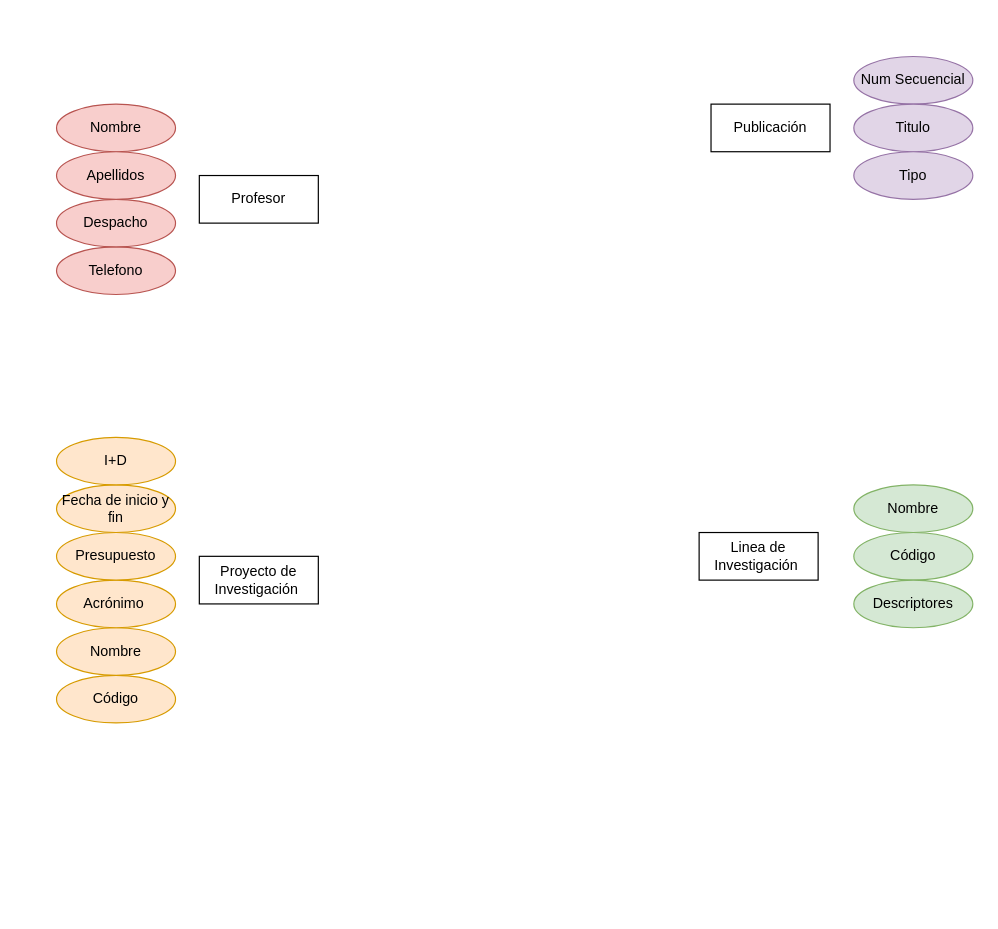
Earlier version of the draw.io diagram P_Investigacion.drawio (SebassX69/DiagramasDB). Source tidied: cells renumbered, new cells numbered last; positions are measured from the earlier drawing's top-left corner, leaving out a move shared by most shapes. Both pictures are drawn from the tidied source at 119%, with x=0, y=0 at pixel (56, 56).
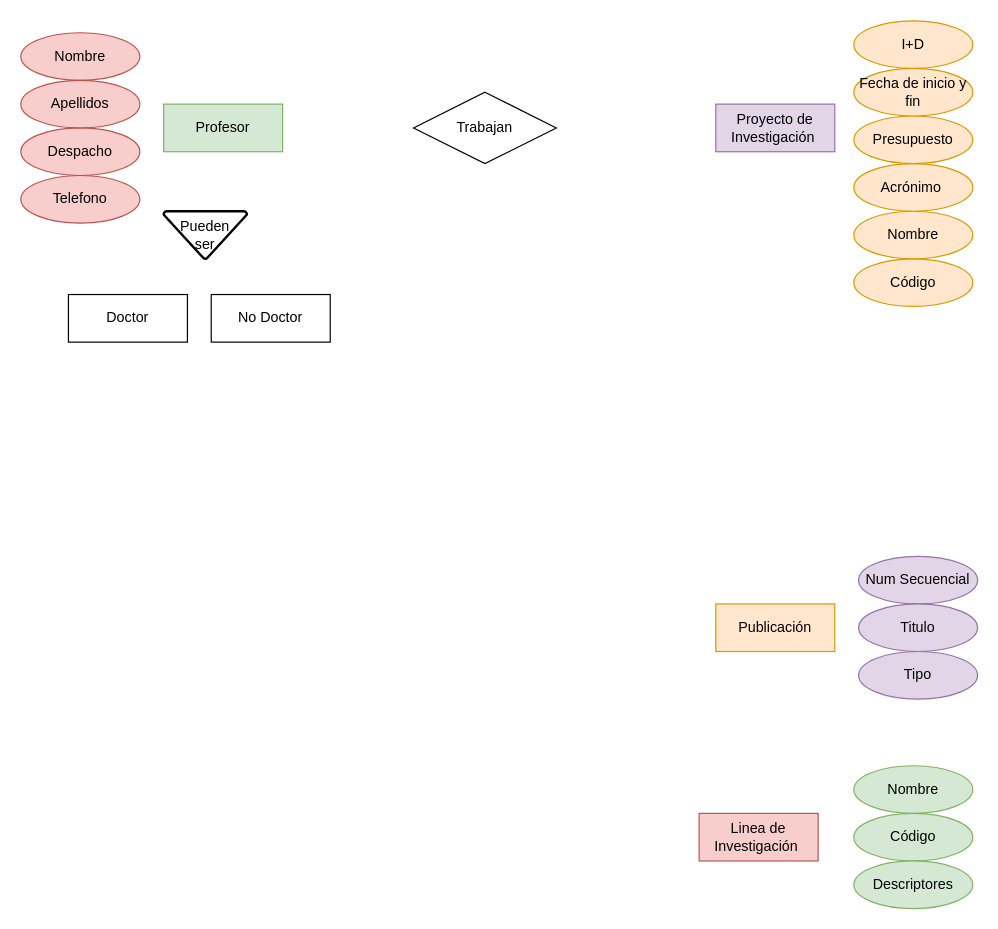
Above is the later version.

What changed in the source:
```diff
@@
-    <mxCell id="2" value="Profesor" style="whiteSpace=wrap;html=1;align=center;" parent="1" vertex="1">
-      <mxGeometry x="120" y="100" width="100" height="40" as="geometry" />
+    <mxCell id="2" value="Profesor" style="whiteSpace=wrap;html=1;align=center;fillColor=#d5e8d4;strokeColor=#82b366;" parent="1" vertex="1">
+      <mxGeometry x="90" y="40" width="100" height="40" as="geometry" />
     </mxCell>
-    <mxCell id="3" value="Proyecto de Investigación&amp;nbsp;" style="whiteSpace=wrap;html=1;align=center;" parent="1" vertex="1">
-      <mxGeometry x="120" y="420" width="100" height="40" as="geometry" />
+    <mxCell id="3" value="Proyecto de Investigación&amp;nbsp;" style="whiteSpace=wrap;html=1;align=center;fillColor=#e1d5e7;strokeColor=#9673a6;" parent="1" vertex="1">
+      <mxGeometry x="554" y="40" width="100" height="40" as="geometry" />
     </mxCell>
-    <mxCell id="4" value="Publicación" style="whiteSpace=wrap;html=1;align=center;" parent="1" vertex="1">
-      <mxGeometry x="550" y="40" width="100" height="40" as="geometry" />
+    <mxCell id="4" value="Publicación" style="whiteSpace=wrap;html=1;align=center;fillColor=#ffe6cc;strokeColor=#d79b00;" parent="1" vertex="1">
+      <mxGeometry x="554" y="460" width="100" height="40" as="geometry" />
     </mxCell>
-    <mxCell id="5" value="Linea de Investigación&amp;nbsp;" style="whiteSpace=wrap;html=1;align=center;" parent="1" vertex="1">
-      <mxGeometry x="540" y="400" width="100" height="40" as="geometry" />
+    <mxCell id="5" value="Linea de Investigación&amp;nbsp;" style="whiteSpace=wrap;html=1;align=center;fillColor=#f8cecc;strokeColor=#b85450;" parent="1" vertex="1">
+      <mxGeometry x="540" y="636" width="100" height="40" as="geometry" />
     </mxCell>
     <mxCell id="6" value="Nombre" style="ellipse;whiteSpace=wrap;html=1;align=center;fillColor=#f8cecc;strokeColor=#b85450;" parent="1" vertex="1">
-      <mxGeometry y="40" width="100" height="40" as="geometry" />
+      <mxGeometry x="-30" y="-20" width="100" height="40" as="geometry" />
     </mxCell>
     <mxCell id="7" value="Telefono" style="ellipse;whiteSpace=wrap;html=1;align=center;fillColor=#f8cecc;strokeColor=#b85450;" parent="1" vertex="1">
-      <mxGeometry y="160" width="100" height="40" as="geometry" />
+      <mxGeometry x="-30" y="100" width="100" height="40" as="geometry" />
     </mxCell>
     <mxCell id="8" value="Despacho" style="ellipse;whiteSpace=wrap;html=1;align=center;fillColor=#f8cecc;strokeColor=#b85450;" parent="1" vertex="1">
-      <mxGeometry y="120" width="100" height="40" as="geometry" />
+      <mxGeometry x="-30" y="60" width="100" height="40" as="geometry" />
     </mxCell>
     <mxCell id="9" value="Apellidos" style="ellipse;whiteSpace=wrap;html=1;align=center;fillColor=#f8cecc;strokeColor=#b85450;" parent="1" vertex="1">
-      <mxGeometry y="80" width="100" height="40" as="geometry" />
+      <mxGeometry x="-30" y="20" width="100" height="40" as="geometry" />
     </mxCell>
     <mxCell id="10" value="Código" style="ellipse;whiteSpace=wrap;html=1;align=center;fillColor=#d5e8d4;strokeColor=#82b366;" parent="1" vertex="1">
-      <mxGeometry x="670" y="400" width="100" height="40" as="geometry" />
+      <mxGeometry x="670" y="636" width="100" height="40" as="geometry" />
     </mxCell>
     <mxCell id="11" value="Nombre" style="ellipse;whiteSpace=wrap;html=1;align=center;fillColor=#d5e8d4;strokeColor=#82b366;" parent="1" vertex="1">
-      <mxGeometry x="670" y="360" width="100" height="40" as="geometry" />
+      <mxGeometry x="670" y="596" width="100" height="40" as="geometry" />
     </mxCell>
     <mxCell id="12" value="Descriptores" style="ellipse;whiteSpace=wrap;html=1;align=center;fillColor=#d5e8d4;strokeColor=#82b366;" parent="1" vertex="1">
-      <mxGeometry x="670" y="440" width="100" height="40" as="geometry" />
+      <mxGeometry x="670" y="676" width="100" height="40" as="geometry" />
     </mxCell>
     <mxCell id="13" value="Código" style="ellipse;whiteSpace=wrap;html=1;align=center;fillColor=#ffe6cc;strokeColor=#d79b00;" parent="1" vertex="1">
-      <mxGeometry y="520" width="100" height="40" as="geometry" />
+      <mxGeometry x="670" y="170" width="100" height="40" as="geometry" />
     </mxCell>
     <mxCell id="14" value="Nombre" style="ellipse;whiteSpace=wrap;html=1;align=center;fillColor=#ffe6cc;strokeColor=#d79b00;" parent="1" vertex="1">
-      <mxGeometry y="480" width="100" height="40" as="geometry" />
+      <mxGeometry x="670" y="130" width="100" height="40" as="geometry" />
     </mxCell>
     <mxCell id="15" value="Acrónimo&amp;nbsp;" style="ellipse;whiteSpace=wrap;html=1;align=center;fillColor=#ffe6cc;strokeColor=#d79b00;" parent="1" vertex="1">
-      <mxGeometry y="440" width="100" height="40" as="geometry" />
+      <mxGeometry x="670" y="90" width="100" height="40" as="geometry" />
     </mxCell>
     <mxCell id="16" value="Presupuesto" style="ellipse;whiteSpace=wrap;html=1;align=center;fillColor=#ffe6cc;strokeColor=#d79b00;" parent="1" vertex="1">
-      <mxGeometry y="400" width="100" height="40" as="geometry" />
+      <mxGeometry x="670" y="50" width="100" height="40" as="geometry" />
     </mxCell>
     <mxCell id="17" value="Fecha de inicio y fin" style="ellipse;whiteSpace=wrap;html=1;align=center;fillColor=#ffe6cc;strokeColor=#d79b00;" parent="1" vertex="1">
-      <mxGeometry y="360" width="100" height="40" as="geometry" />
+      <mxGeometry x="670" y="10" width="100" height="40" as="geometry" />
     </mxCell>
     <mxCell id="18" value="I+D" style="ellipse;whiteSpace=wrap;html=1;align=center;fillColor=#ffe6cc;strokeColor=#d79b00;" parent="1" vertex="1">
-      <mxGeometry y="320" width="100" height="40" as="geometry" />
+      <mxGeometry x="670" y="-30" width="100" height="40" as="geometry" />
     </mxCell>
     <mxCell id="19" value="Num Secuencial" style="ellipse;whiteSpace=wrap;html=1;align=center;fillColor=#e1d5e7;strokeColor=#9673a6;" parent="1" vertex="1">
-      <mxGeometry x="670" width="100" height="40" as="geometry" />
+      <mxGeometry x="674" y="420" width="100" height="40" as="geometry" />
     </mxCell>
     <mxCell id="20" value="Titulo" style="ellipse;whiteSpace=wrap;html=1;align=center;fillColor=#e1d5e7;strokeColor=#9673a6;" parent="1" vertex="1">
-      <mxGeometry x="670" y="40" width="100" height="40" as="geometry" />
+      <mxGeometry x="674" y="460" width="100" height="40" as="geometry" />
     </mxCell>
     <mxCell id="21" value="Tipo" style="ellipse;whiteSpace=wrap;html=1;align=center;fillColor=#e1d5e7;strokeColor=#9673a6;" parent="1" vertex="1">
-      <mxGeometry x="670" y="80" width="100" height="40" as="geometry" />
+      <mxGeometry x="674" y="500" width="100" height="40" as="geometry" />
     </mxCell>
+    <mxCell id="22" value="Pueden&lt;div&gt;ser&lt;/div&gt;" style="strokeWidth=2;html=1;shape=mxgraph.flowchart.merge_or_storage;whiteSpace=wrap;" parent="1" vertex="1">
+      <mxGeometry x="90" y="130" width="70" height="40" as="geometry" />
+    </mxCell>
+    <mxCell id="23" value="Doctor" style="whiteSpace=wrap;html=1;align=center;" parent="1" vertex="1">
+      <mxGeometry x="10" y="200" width="100" height="40" as="geometry" />
+    </mxCell>
+    <mxCell id="24" value="No Doctor" style="whiteSpace=wrap;html=1;align=center;" parent="1" vertex="1">
+      <mxGeometry x="130" y="200" width="100" height="40" as="geometry" />
+    </mxCell>
+    <mxCell id="25" value="Trabajan" style="shape=rhombus;perimeter=rhombusPerimeter;whiteSpace=wrap;html=1;align=center;" parent="1" vertex="1">
+      <mxGeometry x="300" y="30" width="120" height="60" as="geometry" />
+    </mxCell>
```
